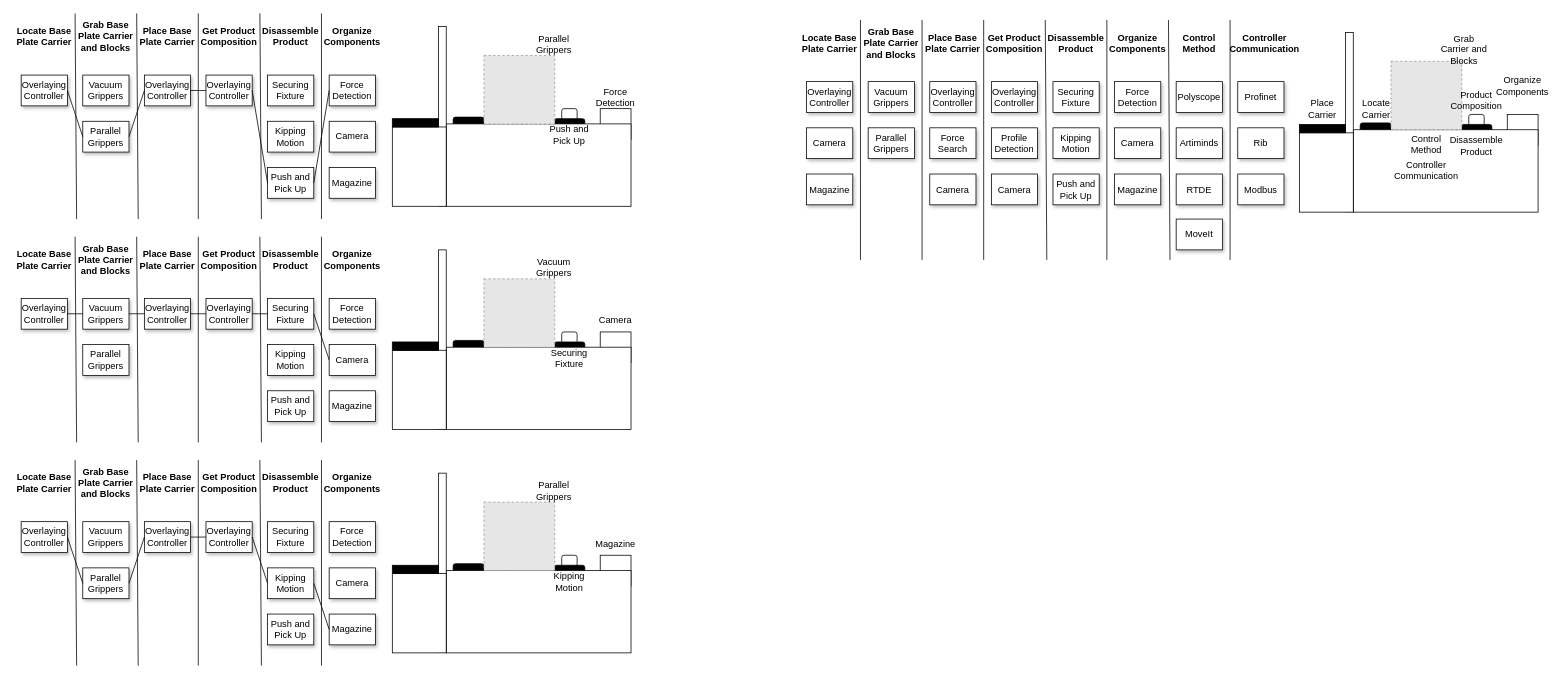
This is Combination_Tables.drawio from frangonzalez98/Diagramas_PFG, a draw.io file, before an edit. Source tidied: cells renumbered, new cells numbered last; positions are measured from the earlier drawing's top-left corner, leaving out a move shared by most shapes. Both pictures are drawn from the tidied source at 77%, with x=0, y=0 at pixel (13, 13). Pictures stored in the file or linked from it are replaced by grey dashed boxes.
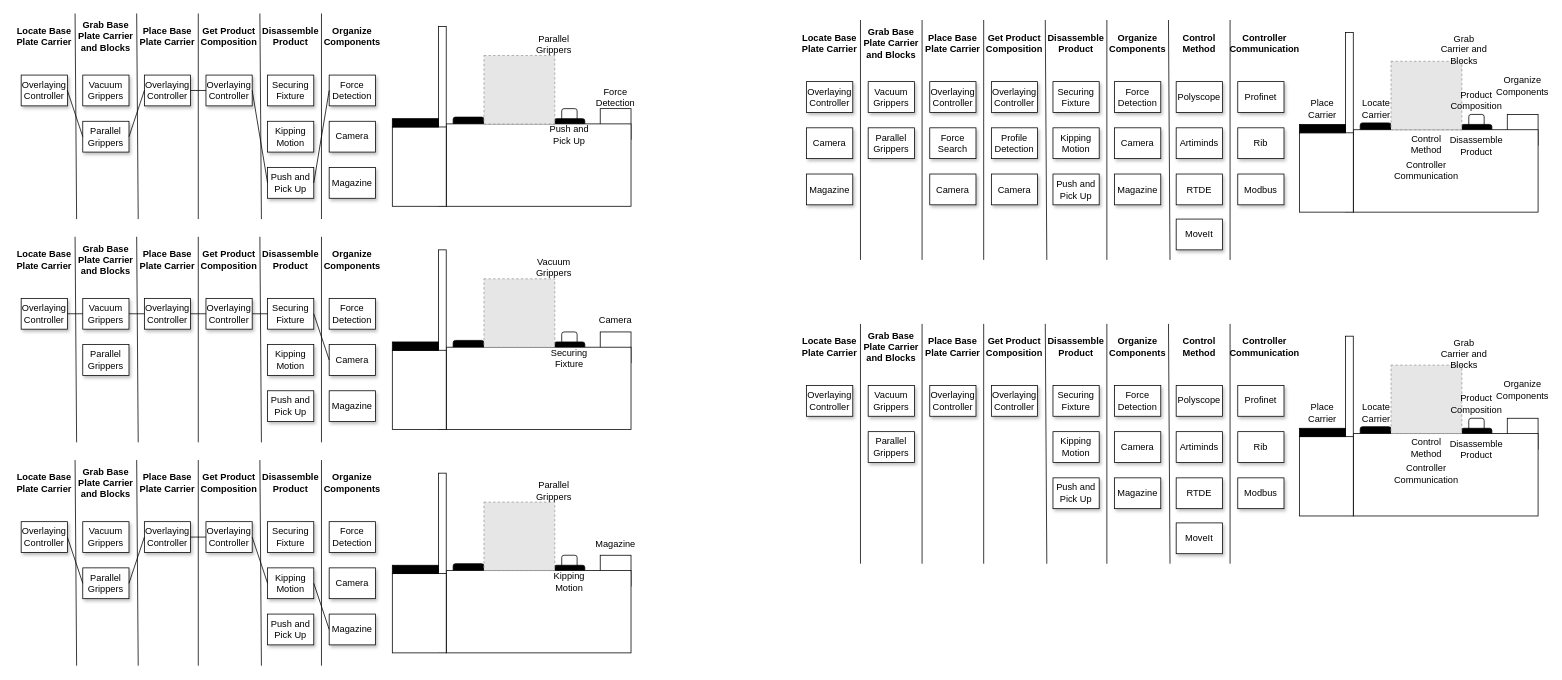
The same diagram, later.

The edit, as a diff of the source:
```diff
@@
+    <mxCell id="175" style="rounded=0;whiteSpace=wrap;html=1;fillColor=#FFFFFF;" parent="1" vertex="1">
+      <mxGeometry x="1940" y="525.7" width="40" height="40" as="geometry" />
+    </mxCell>
+    <mxCell id="176" style="rounded=1;whiteSpace=wrap;html=1;fillColor=#FFFFFF;" parent="1" vertex="1">
+      <mxGeometry x="1890" y="525.7" width="20" height="19.9" as="geometry" />
+    </mxCell>
+    <mxCell id="177" style="rounded=1;whiteSpace=wrap;html=1;fillColor=#000000;" parent="1" vertex="1">
+      <mxGeometry x="1880" y="538.7" width="40" height="20" as="geometry" />
+    </mxCell>
+    <mxCell id="178" style="rounded=1;whiteSpace=wrap;html=1;fillColor=#000000;" parent="1" vertex="1">
+      <mxGeometry x="1749" y="536.7" width="40" height="20" as="geometry" />
+    </mxCell>
+    <mxCell id="179" value="&lt;b&gt;Locate Base Plate Carrier&lt;/b&gt;" style="whiteSpace=wrap;html=1;strokeColor=none;" parent="1" vertex="1">
+      <mxGeometry x="1020" y="403.1" width="80" height="60" as="geometry" />
+    </mxCell>
+    <mxCell id="180" value="&lt;b&gt;Grab Base Plate Carrier and Blocks&lt;/b&gt;" style="whiteSpace=wrap;html=1;strokeColor=none;" parent="1" vertex="1">
+      <mxGeometry x="1100" y="403.1" width="80" height="60" as="geometry" />
+    </mxCell>
+    <mxCell id="181" value="&lt;b&gt;Place Base Plate Carrier&lt;/b&gt;" style="whiteSpace=wrap;html=1;strokeColor=none;" parent="1" vertex="1">
+      <mxGeometry x="1180" y="403.1" width="80" height="60" as="geometry" />
+    </mxCell>
+    <mxCell id="182" value="&lt;span style=&quot;font-weight: normal;&quot;&gt;Overlaying Controller&lt;/span&gt;" style="whiteSpace=wrap;html=1;strokeColor=default;fontStyle=1;labelBorderColor=none;shadow=1;" parent="1" vertex="1">
+      <mxGeometry x="1030" y="483.1" width="60" height="40" as="geometry" />
+    </mxCell>
+    <mxCell id="183" value="&lt;span style=&quot;font-weight: 400;&quot;&gt;Vacuum Grippers&lt;/span&gt;" style="whiteSpace=wrap;html=1;strokeColor=default;fontStyle=1;shadow=1;" parent="1" vertex="1">
+      <mxGeometry x="1110" y="483.1" width="60" height="40" as="geometry" />
+    </mxCell>
+    <mxCell id="184" value="&lt;span style=&quot;font-weight: normal;&quot;&gt;Overlaying Controller&lt;/span&gt;" style="whiteSpace=wrap;html=1;strokeColor=default;fontStyle=1;shadow=1;" parent="1" vertex="1">
+      <mxGeometry x="1190" y="483.1" width="60" height="40" as="geometry" />
+    </mxCell>
+    <mxCell id="185" style="endArrow=none;html=1;rounded=0;entryX=0;entryY=0;entryDx=0;entryDy=0;" parent="1" edge="1" target="180">
+      <mxGeometry relative="1" as="geometry">
+        <mxPoint x="1100" y="714.6" as="sourcePoint" />
+      </mxGeometry>
+    </mxCell>
+    <mxCell id="186" style="endArrow=none;html=1;rounded=0;entryX=0;entryY=0;entryDx=0;entryDy=0;" parent="1" edge="1">
+      <mxGeometry relative="1" as="geometry">
+        <mxPoint x="1180" y="714.6" as="sourcePoint" />
+        <mxPoint x="1180" y="403.1" as="targetPoint" />
+      </mxGeometry>
+    </mxCell>
+    <mxCell id="187" value="&lt;span style=&quot;font-weight: normal;&quot;&gt;Parallel Grippers&lt;/span&gt;" style="whiteSpace=wrap;html=1;strokeColor=default;fontStyle=1;shadow=1;" parent="1" vertex="1">
+      <mxGeometry x="1110" y="543.1" width="60" height="40" as="geometry" />
+    </mxCell>
+    <mxCell id="188" value="&lt;b&gt;Get Product Composition&lt;/b&gt;" style="whiteSpace=wrap;html=1;strokeColor=none;" parent="1" vertex="1">
+      <mxGeometry x="1260" y="403.1" width="80" height="60" as="geometry" />
+    </mxCell>
+    <mxCell id="189" value="&lt;b&gt;Disassemble Product&lt;/b&gt;" style="whiteSpace=wrap;html=1;strokeColor=none;" parent="1" vertex="1">
+      <mxGeometry x="1340" y="403.1" width="80" height="60" as="geometry" />
+    </mxCell>
+    <mxCell id="190" value="&lt;span style=&quot;font-weight: 400;&quot;&gt;Overlaying Controller&lt;/span&gt;" style="whiteSpace=wrap;html=1;strokeColor=default;fontStyle=1;shadow=1;" parent="1" vertex="1">
+      <mxGeometry x="1270" y="483.1" width="60" height="40" as="geometry" />
+    </mxCell>
+    <mxCell id="191" value="&lt;span style=&quot;font-weight: normal;&quot;&gt;Kipping Motion&lt;/span&gt;" style="whiteSpace=wrap;html=1;strokeColor=default;fontStyle=1;shadow=1;" parent="1" vertex="1">
+      <mxGeometry x="1350" y="543.1" width="60" height="40" as="geometry" />
+    </mxCell>
+    <mxCell id="192" style="endArrow=none;html=1;rounded=0;entryX=0;entryY=0;entryDx=0;entryDy=0;" parent="1" edge="1">
+      <mxGeometry relative="1" as="geometry">
+        <mxPoint x="1260" y="714.6" as="sourcePoint" />
+        <mxPoint x="1260" y="403.1" as="targetPoint" />
+      </mxGeometry>
+    </mxCell>
+    <mxCell id="193" style="endArrow=none;html=1;rounded=0;entryX=0;entryY=0;entryDx=0;entryDy=0;" parent="1" edge="1">
+      <mxGeometry relative="1" as="geometry">
+        <mxPoint x="1342" y="714.6" as="sourcePoint" />
+        <mxPoint x="1340" y="403.1" as="targetPoint" />
+      </mxGeometry>
+    </mxCell>
+    <mxCell id="194" value="&lt;span style=&quot;font-weight: normal;&quot;&gt;Securing Fixture&lt;/span&gt;" style="whiteSpace=wrap;html=1;strokeColor=default;fontStyle=1;shadow=1;" parent="1" vertex="1">
+      <mxGeometry x="1350" y="483.1" width="60" height="40" as="geometry" />
+    </mxCell>
+    <mxCell id="195" value="&lt;b&gt;Organize Components&lt;/b&gt;" style="whiteSpace=wrap;html=1;strokeColor=none;" parent="1" vertex="1">
+      <mxGeometry x="1420" y="403.1" width="80" height="60" as="geometry" />
+    </mxCell>
+    <mxCell id="196" value="&lt;span style=&quot;font-weight: normal;&quot;&gt;Force Detection&lt;/span&gt;" style="whiteSpace=wrap;html=1;strokeColor=default;fontStyle=1;shadow=1;" parent="1" vertex="1">
+      <mxGeometry x="1430" y="483.1" width="60" height="40" as="geometry" />
+    </mxCell>
+    <mxCell id="197" value="&lt;span style=&quot;font-weight: normal;&quot;&gt;Magazine&lt;/span&gt;" style="whiteSpace=wrap;html=1;strokeColor=default;fontStyle=1;shadow=1;" parent="1" vertex="1">
+      <mxGeometry x="1430" y="603.1" width="60" height="40" as="geometry" />
+    </mxCell>
+    <mxCell id="198" style="endArrow=none;html=1;rounded=0;entryX=0;entryY=0;entryDx=0;entryDy=0;" parent="1" edge="1">
+      <mxGeometry relative="1" as="geometry">
+        <mxPoint x="1420" y="714.6" as="sourcePoint" />
+        <mxPoint x="1420" y="403.1" as="targetPoint" />
+      </mxGeometry>
+    </mxCell>
+    <mxCell id="199" value="&lt;span style=&quot;font-weight: normal;&quot;&gt;Camera&lt;/span&gt;" style="whiteSpace=wrap;html=1;strokeColor=default;fontStyle=1;shadow=1;" parent="1" vertex="1">
+      <mxGeometry x="1430" y="543.1" width="60" height="40" as="geometry" />
+    </mxCell>
+    <mxCell id="200" value="&lt;span style=&quot;font-weight: normal;&quot;&gt;Push and Pick Up&lt;/span&gt;" style="whiteSpace=wrap;html=1;strokeColor=default;fontStyle=1;shadow=1;" parent="1" vertex="1">
+      <mxGeometry x="1350" y="603.1" width="60" height="40" as="geometry" />
+    </mxCell>
+    <mxCell id="201" style="rounded=0;whiteSpace=wrap;html=1;" parent="1" vertex="1">
+      <mxGeometry x="1740" y="545.6" width="240" height="107" as="geometry" />
+    </mxCell>
+    <mxCell id="202" style="fillColor=#E6E6E6;strokeColor=#999999;dashed=1;verticalLabelPosition=bottom;labelBackgroundColor=default;verticalAlign=top;" parent="1" vertex="1">
+      <mxGeometry x="1789" y="456.7" width="92" height="88.9" as="geometry" />
+    </mxCell>
+    <mxCell id="203" value="Grab Carrier and Blocks" style="text;html=1;strokeColor=none;fillColor=none;align=center;verticalAlign=middle;whiteSpace=wrap;rounded=0;" parent="1" vertex="1">
+      <mxGeometry x="1850" y="426.7" width="68" height="30" as="geometry" />
+    </mxCell>
+    <mxCell id="204" style="rounded=0;whiteSpace=wrap;html=1;fillColor=#FFFFFF;" parent="1" vertex="1">
+      <mxGeometry x="1730" y="419.1" width="10" height="233" as="geometry" />
+    </mxCell>
+    <mxCell id="205" style="rounded=0;whiteSpace=wrap;html=1;fillColor=#FFFFFF;" parent="1" vertex="1">
+      <mxGeometry x="1670" y="549.6" width="70" height="103" as="geometry" />
+    </mxCell>
+    <mxCell id="206" style="rounded=0;whiteSpace=wrap;html=1;fillColor=#000000;" parent="1" vertex="1">
+      <mxGeometry x="1670" y="538.7" width="60" height="10.9" as="geometry" />
+    </mxCell>
+    <mxCell id="207" value="Organize Components" style="text;html=1;strokeColor=none;fillColor=none;align=center;verticalAlign=middle;whiteSpace=wrap;rounded=0;" parent="1" vertex="1">
+      <mxGeometry x="1930" y="473.6" width="60" height="30" as="geometry" />
+    </mxCell>
+    <mxCell id="208" value="Disassemble Product" style="text;html=1;strokeColor=none;fillColor=none;align=center;verticalAlign=middle;whiteSpace=wrap;rounded=0;" parent="1" vertex="1">
+      <mxGeometry x="1870" y="551.1" width="60" height="30" as="geometry" />
+    </mxCell>
+    <mxCell id="209" value="Place Carrier" style="text;html=1;strokeColor=none;fillColor=none;align=center;verticalAlign=middle;whiteSpace=wrap;rounded=0;" parent="1" vertex="1">
+      <mxGeometry x="1670" y="503.6" width="60" height="30" as="geometry" />
+    </mxCell>
+    <mxCell id="210" value="Locate Carrier" style="text;html=1;strokeColor=none;fillColor=none;align=center;verticalAlign=middle;whiteSpace=wrap;rounded=0;" parent="1" vertex="1">
+      <mxGeometry x="1740" y="503.6" width="60" height="30" as="geometry" />
+    </mxCell>
+    <mxCell id="211" value="Product Composition" style="text;html=1;strokeColor=none;fillColor=none;align=center;verticalAlign=middle;whiteSpace=wrap;rounded=0;" parent="1" vertex="1">
+      <mxGeometry x="1870" y="492.1" width="60" height="30" as="geometry" />
+    </mxCell>
+    <mxCell id="212" value="&lt;b&gt;Control Method&lt;/b&gt;" style="whiteSpace=wrap;html=1;strokeColor=none;" parent="1" vertex="1">
+      <mxGeometry x="1500" y="403.1" width="80" height="60" as="geometry" />
+    </mxCell>
+    <mxCell id="213" value="&lt;span style=&quot;font-weight: normal;&quot;&gt;MoveIt&lt;br&gt;&lt;/span&gt;" style="whiteSpace=wrap;html=1;strokeColor=default;fontStyle=1;shadow=1;" parent="1" vertex="1">
+      <mxGeometry x="1510" y="661.6" width="60" height="40" as="geometry" />
+    </mxCell>
+    <mxCell id="214" style="endArrow=none;html=1;rounded=0;entryX=0;entryY=0;entryDx=0;entryDy=0;" parent="1" edge="1">
+      <mxGeometry relative="1" as="geometry">
+        <mxPoint x="1502" y="714.6" as="sourcePoint" />
+        <mxPoint x="1500" y="403.1" as="targetPoint" />
+      </mxGeometry>
+    </mxCell>
+    <mxCell id="215" value="&lt;span style=&quot;font-weight: normal;&quot;&gt;RTDE&lt;br&gt;&lt;/span&gt;" style="whiteSpace=wrap;html=1;strokeColor=default;fontStyle=1;shadow=1;" parent="1" vertex="1">
+      <mxGeometry x="1510" y="603.1" width="60" height="40" as="geometry" />
+    </mxCell>
+    <mxCell id="216" value="&lt;b&gt;Controller Communication&lt;/b&gt;" style="whiteSpace=wrap;html=1;strokeColor=none;" parent="1" vertex="1">
+      <mxGeometry x="1580" y="403.1" width="90" height="60" as="geometry" />
+    </mxCell>
+    <mxCell id="217" value="&lt;span style=&quot;font-weight: normal;&quot;&gt;Profinet&lt;/span&gt;" style="whiteSpace=wrap;html=1;strokeColor=default;fontStyle=1;shadow=1;" parent="1" vertex="1">
+      <mxGeometry x="1590" y="483.1" width="60" height="40" as="geometry" />
+    </mxCell>
+    <mxCell id="218" value="&lt;span style=&quot;font-weight: normal;&quot;&gt;Modbus&lt;/span&gt;" style="whiteSpace=wrap;html=1;strokeColor=default;fontStyle=1;shadow=1;" parent="1" vertex="1">
+      <mxGeometry x="1590" y="603.1" width="60" height="40" as="geometry" />
+    </mxCell>
+    <mxCell id="219" style="endArrow=none;html=1;rounded=0;entryX=0;entryY=0;entryDx=0;entryDy=0;" parent="1" edge="1">
+      <mxGeometry relative="1" as="geometry">
+        <mxPoint x="1580" y="714.6" as="sourcePoint" />
+        <mxPoint x="1580" y="403.1" as="targetPoint" />
+      </mxGeometry>
+    </mxCell>
+    <mxCell id="220" value="&lt;span style=&quot;font-weight: normal;&quot;&gt;Rib&lt;/span&gt;" style="whiteSpace=wrap;html=1;strokeColor=default;fontStyle=1;shadow=1;" parent="1" vertex="1">
+      <mxGeometry x="1590" y="543.1" width="60" height="40" as="geometry" />
+    </mxCell>
+    <mxCell id="221" value="&lt;span style=&quot;font-weight: normal;&quot;&gt;Artiminds&lt;br&gt;&lt;/span&gt;" style="whiteSpace=wrap;html=1;strokeColor=default;fontStyle=1;shadow=1;" parent="1" vertex="1">
+      <mxGeometry x="1510" y="543.1" width="60" height="40" as="geometry" />
+    </mxCell>
+    <mxCell id="222" value="&lt;span style=&quot;font-weight: normal;&quot;&gt;Polyscope&lt;/span&gt;" style="whiteSpace=wrap;html=1;strokeColor=default;fontStyle=1;shadow=1;" parent="1" vertex="1">
+      <mxGeometry x="1510" y="483.1" width="60" height="40" as="geometry" />
+    </mxCell>
+    <mxCell id="223" value="Control Method" style="text;html=1;strokeColor=none;fillColor=none;align=center;verticalAlign=middle;whiteSpace=wrap;rounded=0;" parent="1" vertex="1">
+      <mxGeometry x="1805" y="549.1" width="60" height="30" as="geometry" />
+    </mxCell>
+    <mxCell id="224" value="Controller Communication" style="text;html=1;strokeColor=none;fillColor=none;align=center;verticalAlign=middle;whiteSpace=wrap;rounded=0;" parent="1" vertex="1">
+      <mxGeometry x="1805" y="583.1" width="60" height="30" as="geometry" />
+    </mxCell>
```
